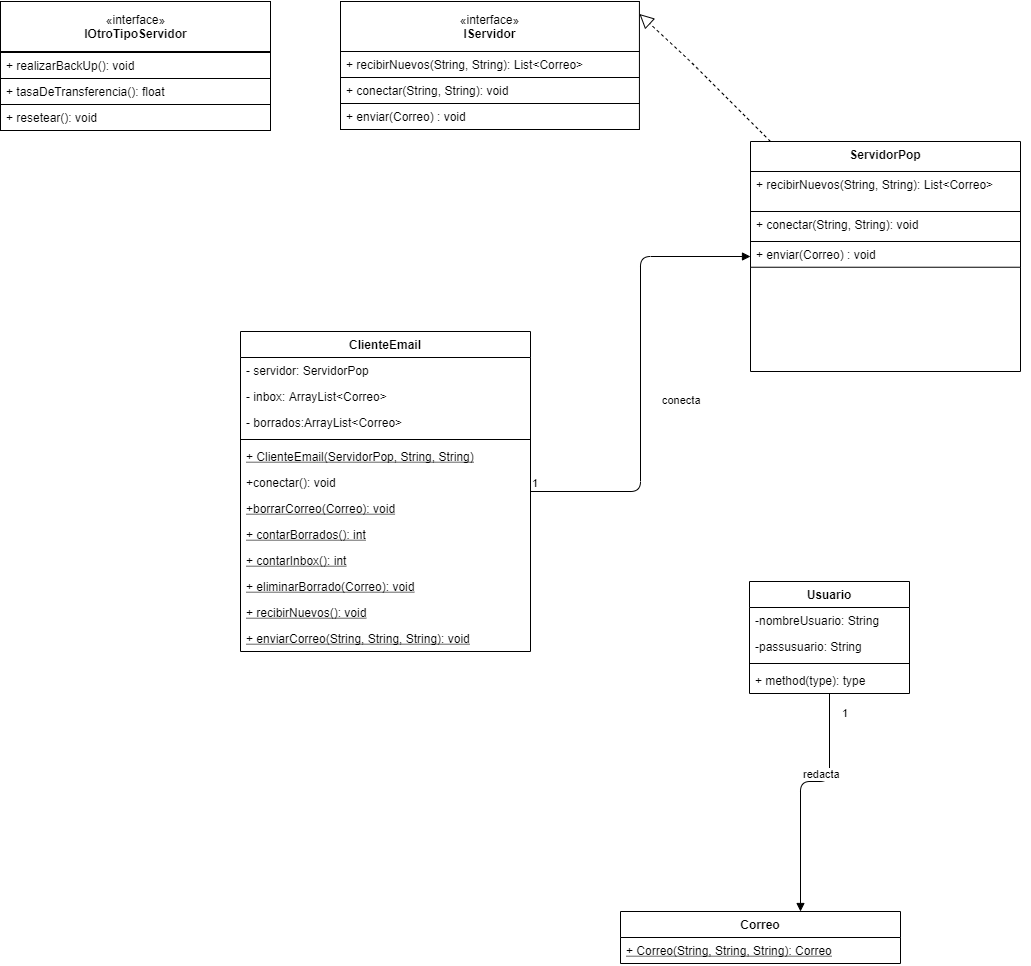
Before: src/tp6/unq/RespuestasCaso1/Arreglado-Caso1-UML-TP6.png, a diagram exported from draw.io (CundariNicolas/unqui-poo2-cundari). Source tidied: cells renumbered, new cells last; positions are measured from the earlier drawing's top-left corner, leaving out a move shared by most shapes.
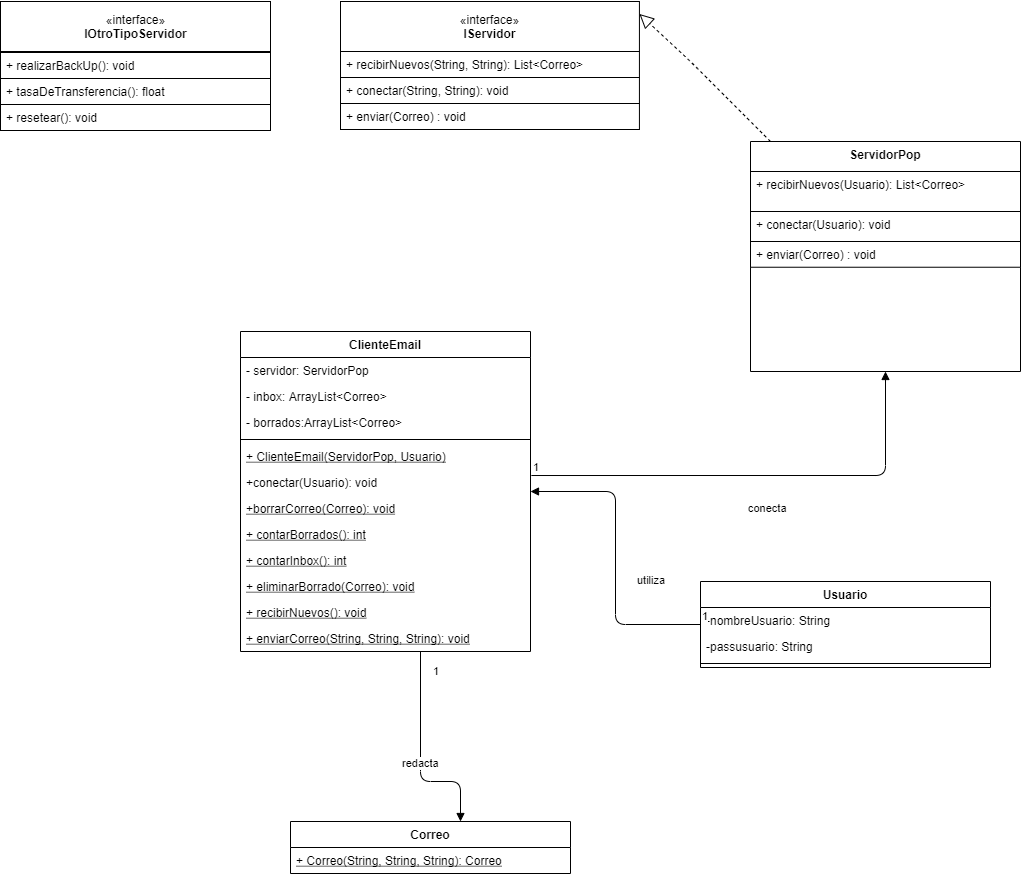
The same file after the commit.

What changed in the source:
```diff
@@ -17,10 +17,10 @@
     <mxCell id="6" style="line;strokeWidth=1;fillColor=none;align=left;verticalAlign=middle;spacingTop=-1;spacingLeft=3;spacingRight=3;labelPosition=right;" parent="2" vertex="1">
       <mxGeometry y="104" width="290" height="8" as="geometry" />
     </mxCell>
-    <mxCell id="7" value="+ ClienteEmail(ServidorPop, String, String)" style="text;strokeColor=none;fillColor=none;align=left;verticalAlign=top;spacingLeft=4;spacingRight=4;overflow=hidden;fontStyle=4;" parent="2" vertex="1">
+    <mxCell id="7" value="+ ClienteEmail(ServidorPop, Usuario)" style="text;strokeColor=none;fillColor=none;align=left;verticalAlign=top;spacingLeft=4;spacingRight=4;overflow=hidden;fontStyle=4;" parent="2" vertex="1">
       <mxGeometry y="112" width="290" height="26" as="geometry" />
     </mxCell>
-    <mxCell id="8" value="+conectar(): void" style="text;strokeColor=none;fillColor=none;align=left;verticalAlign=top;spacingLeft=4;spacingRight=4;overflow=hidden;points=[[0,0.5],[1,0.5]];portConstraint=eastwest;fontStyle=0;" parent="2" vertex="1">
+    <mxCell id="8" value="+conectar(Usuario): void" style="text;strokeColor=none;fillColor=none;align=left;verticalAlign=top;spacingLeft=4;spacingRight=4;overflow=hidden;points=[[0,0.5],[1,0.5]];portConstraint=eastwest;fontStyle=0;" parent="2" vertex="1">
       <mxGeometry y="138" width="290" height="26" as="geometry" />
     </mxCell>
     <mxCell id="9" value="+borrarCorreo(Correo): void" style="text;strokeColor=none;fillColor=none;align=left;verticalAlign=top;spacingLeft=4;spacingRight=4;overflow=hidden;fontStyle=4;" parent="2" vertex="1">
@@ -42,7 +42,7 @@
       <mxGeometry y="294" width="290" height="26" as="geometry" />
     </mxCell>
     <mxCell id="15" value="Correo" style="swimlane;fontStyle=1;align=center;verticalAlign=top;horizontal=1;startSize=26;" parent="1" vertex="1">
-      <mxGeometry x="620" y="910" width="280" height="52" as="geometry" />
+      <mxGeometry x="290" y="820" width="280" height="52" as="geometry" />
     </mxCell>
     <mxCell id="16" value="+ Correo(String, String, String): Correo" style="text;strokeColor=none;fillColor=none;align=left;verticalAlign=top;spacingLeft=4;spacingRight=4;overflow=hidden;fontStyle=4;" parent="15" vertex="1">
       <mxGeometry y="26" width="280" height="26" as="geometry" />
@@ -59,10 +59,10 @@
     <mxCell id="20" style="group;" parent="19" vertex="1">
       <mxGeometry width="280" height="95.7" as="geometry" />
     </mxCell>
-    <mxCell id="21" value="+ recibirNuevos(String, String): List&lt;Correo&gt;" style="text;align=left;verticalAlign=top;spacingLeft=4;spacingRight=4;overflow=hidden;labelBackgroundColor=#ffffff;fillColor=#ffffff;strokeColor=#000000;" parent="20" vertex="1">
+    <mxCell id="21" value="+ recibirNuevos(Usuario): List&lt;Correo&gt;" style="text;align=left;verticalAlign=top;spacingLeft=4;spacingRight=4;overflow=hidden;labelBackgroundColor=#ffffff;fillColor=#ffffff;strokeColor=#000000;" parent="20" vertex="1">
       <mxGeometry width="270" height="40" as="geometry" />
     </mxCell>
-    <mxCell id="22" value="+ conectar(String, String): void" style="text;align=left;verticalAlign=top;spacingLeft=4;spacingRight=4;overflow=hidden;labelBackgroundColor=#ffffff;fillColor=#ffffff;strokeColor=#000000;" parent="20" vertex="1">
+    <mxCell id="22" value="+ conectar(Usuario): void" style="text;align=left;verticalAlign=top;spacingLeft=4;spacingRight=4;overflow=hidden;labelBackgroundColor=#ffffff;fillColor=#ffffff;strokeColor=#000000;" parent="20" vertex="1">
       <mxGeometry y="40" width="270" height="30" as="geometry" />
     </mxCell>
     <mxCell id="23" value="+ enviar(Correo) : void" style="text;align=left;verticalAlign=top;spacingLeft=4;spacingRight=4;overflow=hidden;labelBackgroundColor=#ffffff;fillColor=#ffffff;strokeColor=#000000;" parent="20" vertex="1">
@@ -96,17 +96,17 @@
         </Array>
       </mxGeometry>
     </mxCell>
-    <mxCell id="32" value="conecta" style="endArrow=block;endFill=1;html=1;edgeStyle=orthogonalEdgeStyle;align=left;verticalAlign=top;" parent="1" edge="1" source="2" target="17">
+    <mxCell id="32" value="conecta" style="endArrow=block;endFill=1;html=1;edgeStyle=orthogonalEdgeStyle;align=left;verticalAlign=top;exitX=1.003;exitY=0.231;exitDx=0;exitDy=0;exitPerimeter=0;" parent="1" edge="1" source="8" target="17">
       <mxGeometry x="-0.06" y="-20" relative="1" as="geometry" />
     </mxCell>
     <mxCell id="33" value="1" style="edgeLabel;html=1;align=left;verticalAlign=bottom;" parent="32" vertex="1">
       <mxGeometry x="-1" relative="1" as="geometry" />
     </mxCell>
-    <mxCell id="34" value="redacta" style="endArrow=block;endFill=1;html=1;edgeStyle=orthogonalEdgeStyle;align=left;verticalAlign=top;" parent="1" edge="1" source="43" target="15">
+    <mxCell id="34" value="redacta" style="endArrow=block;endFill=1;html=1;edgeStyle=orthogonalEdgeStyle;align=left;verticalAlign=top;" parent="1" edge="1" source="2" target="15">
       <mxGeometry x="-0.06" y="-20" relative="1" as="geometry">
         <Array as="points">
-          <mxPoint x="829" y="780" />
-          <mxPoint x="800" y="780" />
+          <mxPoint x="420" y="780" />
+          <mxPoint x="460" y="780" />
         </Array>
       </mxGeometry>
     </mxCell>
@@ -137,19 +137,22 @@
       <mxGeometry y="103" width="270" height="26" as="geometry" />
     </mxCell>
     <mxCell id="43" value="Usuario" style="swimlane;fontStyle=1;align=center;verticalAlign=top;horizontal=1;startSize=26;" parent="1" vertex="1">
-      <mxGeometry x="749" y="580" width="160" height="112" as="geometry" />
+      <mxGeometry x="700" y="580" width="290" height="86" as="geometry" />
     </mxCell>
     <mxCell id="44" value="-nombreUsuario: String" style="text;strokeColor=none;fillColor=none;align=left;verticalAlign=top;spacingLeft=4;spacingRight=4;overflow=hidden;" parent="43" vertex="1">
-      <mxGeometry y="26" width="160" height="26" as="geometry" />
+      <mxGeometry y="26" width="290" height="26" as="geometry" />
     </mxCell>
     <mxCell id="45" value="-passusuario: String" style="text;strokeColor=none;fillColor=none;align=left;verticalAlign=top;spacingLeft=4;spacingRight=4;overflow=hidden;" parent="43" vertex="1">
-      <mxGeometry y="52" width="160" height="26" as="geometry" />
+      <mxGeometry y="52" width="290" height="26" as="geometry" />
     </mxCell>
     <mxCell id="46" style="line;strokeWidth=1;fillColor=none;align=left;verticalAlign=middle;spacingTop=-1;spacingLeft=3;spacingRight=3;labelPosition=right;" parent="43" vertex="1">
-      <mxGeometry y="78" width="160" height="8" as="geometry" />
+      <mxGeometry y="78" width="290" height="8" as="geometry" />
     </mxCell>
-    <mxCell id="47" value="+ method(type): type" style="text;strokeColor=none;fillColor=none;align=left;verticalAlign=top;spacingLeft=4;spacingRight=4;overflow=hidden;" parent="43" vertex="1">
-      <mxGeometry y="86" width="160" height="26" as="geometry" />
-    </mxCell>
+    <mxCell id="48" value="utiliza" style="endArrow=block;endFill=1;html=1;edgeStyle=orthogonalEdgeStyle;align=left;verticalAlign=top;" parent="1" edge="1" source="43" target="2">
+      <mxGeometry x="-0.06" y="-20" relative="1" as="geometry" />
+    </mxCell>
+    <mxCell id="49" value="1" style="edgeLabel;html=1;align=left;verticalAlign=bottom;" parent="48" vertex="1">
+      <mxGeometry x="-1" relative="1" as="geometry" />
+    </mxCell>
   </root>
 </mxGraphModel>
```
